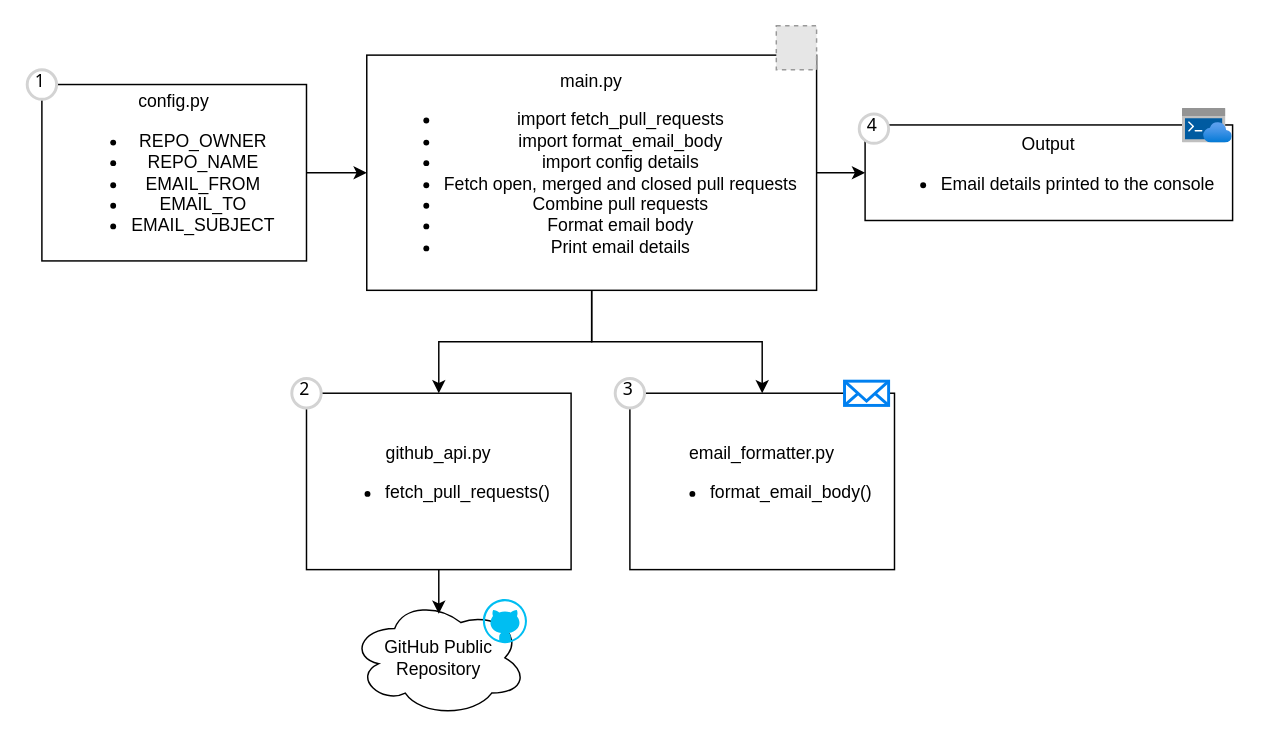
The draw.io diagram diagrams/repository-emailer.drawio in MiguelABFlores/Repository-emailer, before the edit. Source tidied: cells renumbered, new cells numbered last; positions are measured from the earlier drawing's top-left corner, leaving out a move shared by most shapes. Both pictures are drawn from the tidied source at 147%, with x=0, y=0 at pixel (26, 25). Pictures stored in the file or linked from it are replaced by grey dashed boxes.
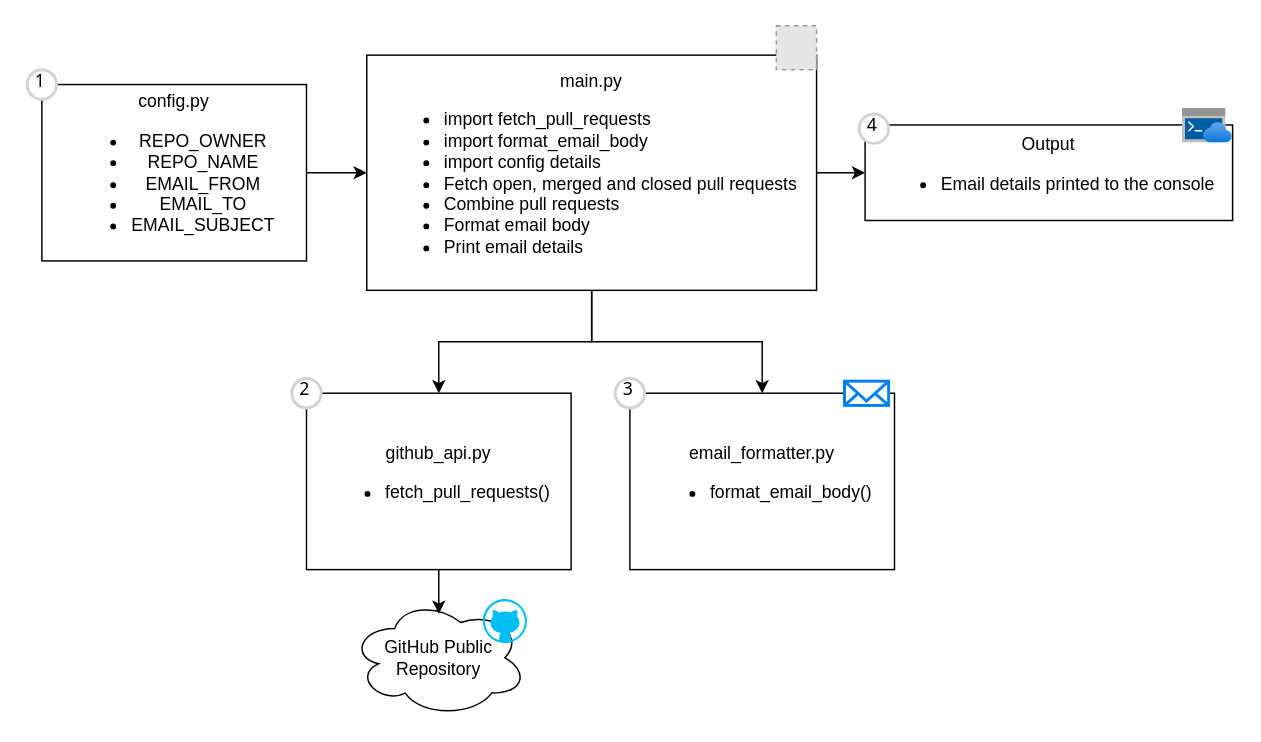
The same page after the edit.

Commit message:
update: changed some format of the diagram

Diff of the diagram source:
```diff
@@
-    <mxCell id="6" value="main.py&lt;div&gt;&lt;ul&gt;&lt;li&gt;import fetch_pull_requests&lt;/li&gt;&lt;li&gt;import format_email_body&lt;/li&gt;&lt;li&gt;import config details&lt;/li&gt;&lt;li&gt;Fetch open, merged and closed pull requests&lt;/li&gt;&lt;li&gt;Combine pull requests&lt;/li&gt;&lt;li&gt;Format email body&lt;/li&gt;&lt;li&gt;Print email details&lt;/li&gt;&lt;/ul&gt;&lt;/div&gt;" style="rounded=0;whiteSpace=wrap;html=1;" parent="1" vertex="1">
+    <mxCell id="6" value="main.py&lt;div&gt;&lt;ul&gt;&lt;li style=&quot;text-align: justify;&quot;&gt;import fetch_pull_requests&lt;/li&gt;&lt;li style=&quot;text-align: justify;&quot;&gt;import format_email_body&lt;/li&gt;&lt;li style=&quot;text-align: justify;&quot;&gt;import config details&lt;/li&gt;&lt;li style=&quot;text-align: justify;&quot;&gt;Fetch open, merged and closed pull requests&lt;/li&gt;&lt;li style=&quot;text-align: justify;&quot;&gt;Combine pull requests&lt;/li&gt;&lt;li style=&quot;text-align: justify;&quot;&gt;Format email body&lt;/li&gt;&lt;li style=&quot;text-align: justify;&quot;&gt;Print email details&lt;/li&gt;&lt;/ul&gt;&lt;/div&gt;" style="rounded=0;whiteSpace=wrap;html=1;align=center;" parent="1" vertex="1">
       <mxGeometry x="231" y="20" width="306" height="160" as="geometry" />
     </mxCell>
```
